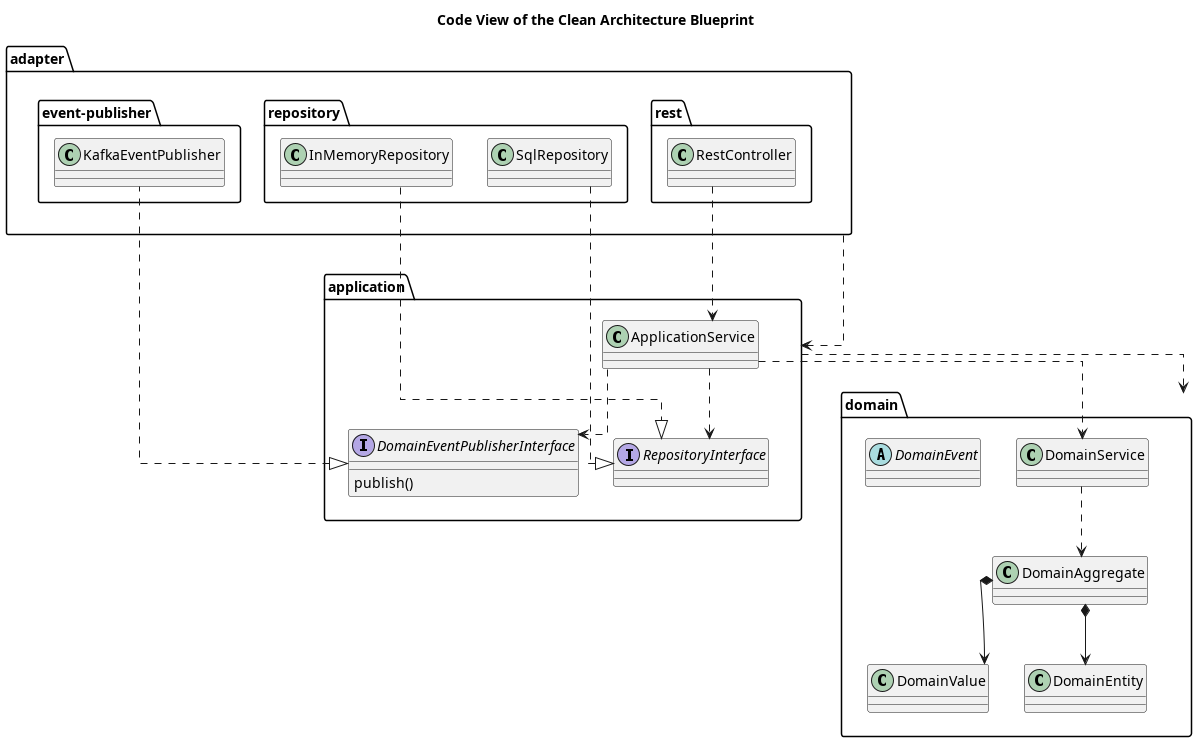
The PlantUML diagram docs/software-development/architecture/blueprint/clean-architecture/code-view.png in lsolbach/overarch-models, before a commit.
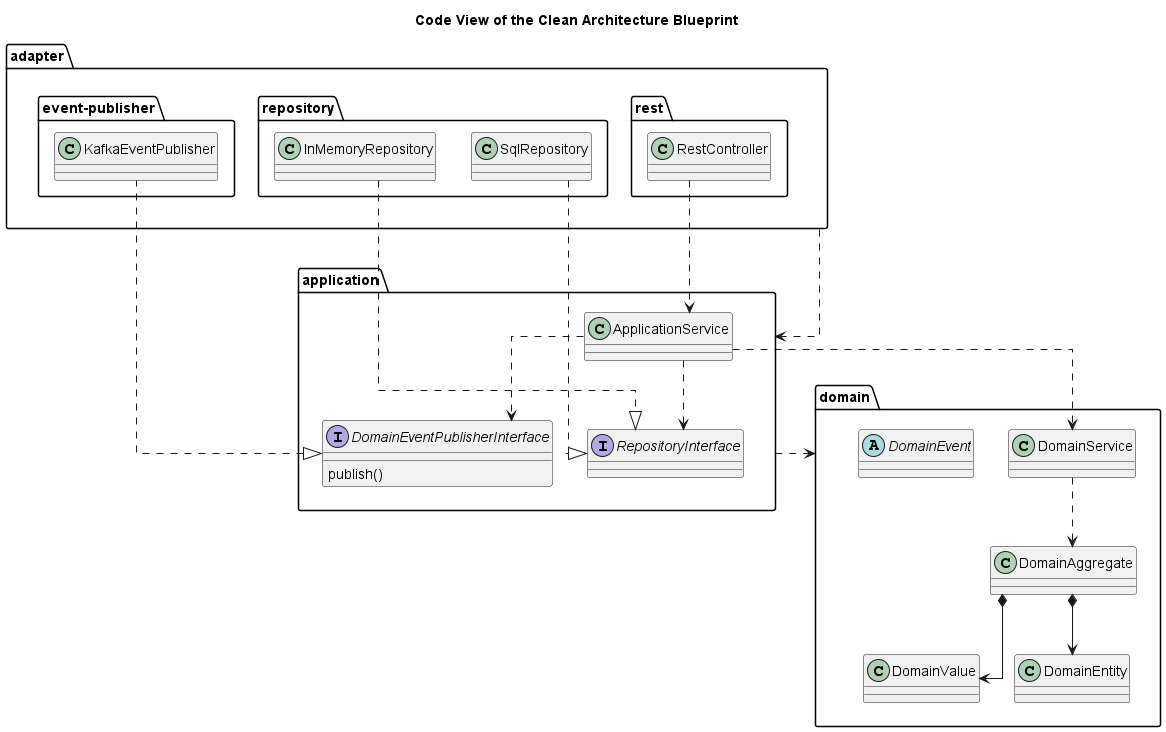
The same file after the commit.

Change to the diagram source:
```diff
@@ -7,19 +7,19 @@
 
 title Code View of the Clean Architecture Blueprint
 
+package "domain" as softwareDevelopment_architecture_blueprint_cleanArchitecture_domain {
+  class "DomainAggregate" as softwareDevelopment_architecture_blueprint_cleanArchitecture_domain_domainAggregate {}
+  class "DomainValue" as softwareDevelopment_architecture_blueprint_cleanArchitecture_domain_domainValue {}
+  class "DomainService" as softwareDevelopment_architecture_blueprint_cleanArchitecture_domain_domainService {}
+  class "DomainEntity" as softwareDevelopment_architecture_blueprint_cleanArchitecture_domain_domainEntity {}
+  abstract class "DomainEvent" as softwareDevelopment_architecture_blueprint_cleanArchitecture_domain_domainEvent {}
+}
 package "application" as softwareDevelopment_architecture_blueprint_cleanArchitecture_application {
   interface "RepositoryInterface" as softwareDevelopment_architecture_blueprint_cleanArchitecture_application_repositoryInterface {}
   interface "DomainEventPublisherInterface" as softwareDevelopment_architecture_blueprint_cleanArchitecture_application_domainEventPublisherInterface {
     publish()
   }
   class "ApplicationService" as softwareDevelopment_architecture_blueprint_cleanArchitecture_application_applicationService {}
-}
-package "domain" as softwareDevelopment_architecture_blueprint_cleanArchitecture_domain {
-  class "DomainAggregate" as softwareDevelopment_architecture_blueprint_cleanArchitecture_domain_domainAggregate {}
-  class "DomainValue" as softwareDevelopment_architecture_blueprint_cleanArchitecture_domain_domainValue {}
-  class "DomainService" as softwareDevelopment_architecture_blueprint_cleanArchitecture_domain_domainService {}
-  class "DomainEntity" as softwareDevelopment_architecture_blueprint_cleanArchitecture_domain_domainEntity {}
-  abstract class "DomainEvent" as softwareDevelopment_architecture_blueprint_cleanArchitecture_domain_domainEvent {}
 }
 package "adapter" as softwareDevelopment_architecture_blueprint_cleanArchitecture_adapter {
   package "rest" as softwareDevelopment_architecture_blueprint_cleanArchitecture_adapter_rest {
```
